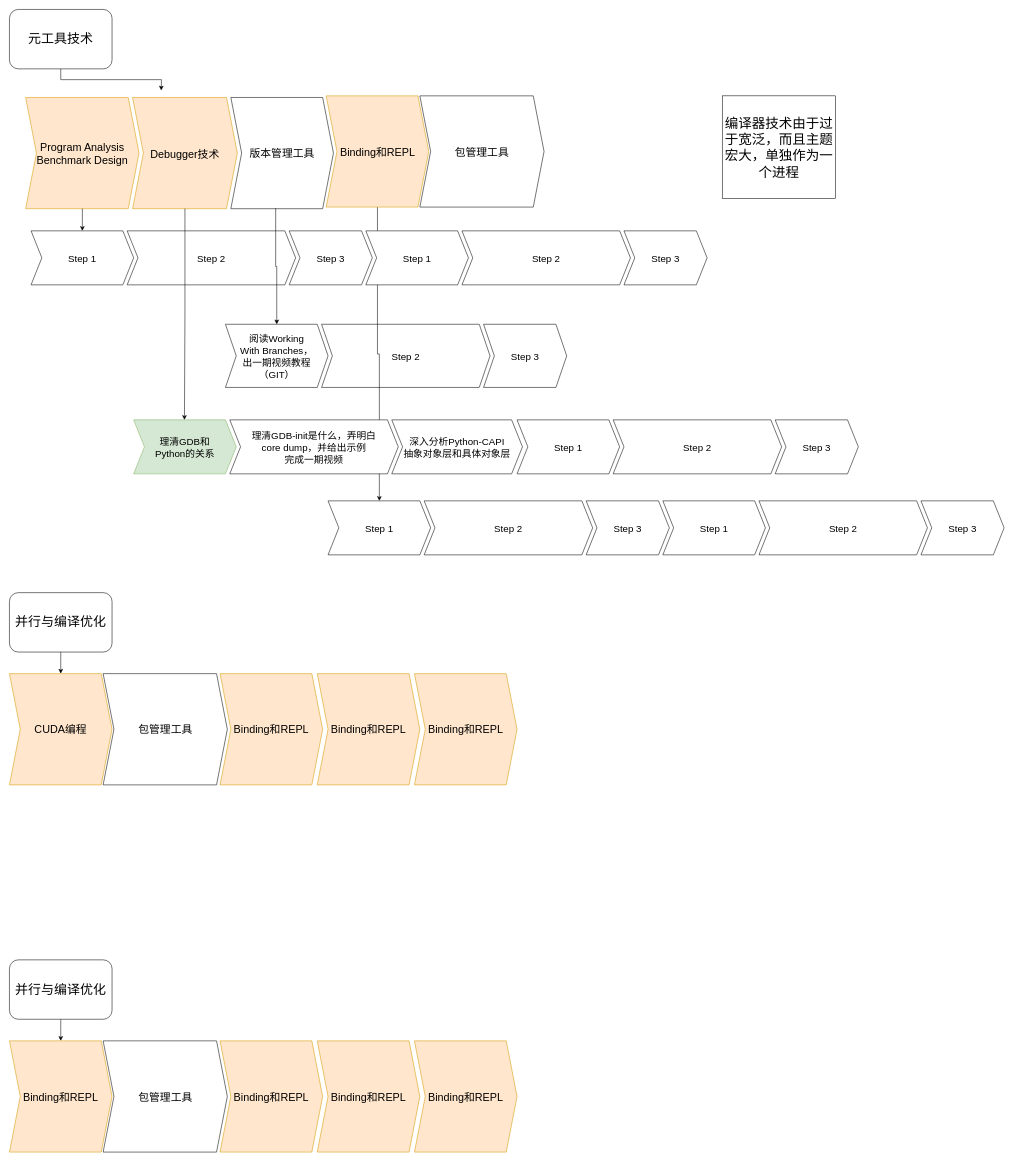
The draw.io diagram page "最近的" (2 of 2) of scheduler.drawio in xiaoniaoyouhuajiang/ClassNotebook, before the edit. Source tidied: cells renumbered, new cells numbered last; positions are measured from the earlier drawing's top-left corner, leaving out a move shared by most shapes. Both pictures are drawn from the tidied source at 54%, with x=0, y=0 at pixel (9, 9).
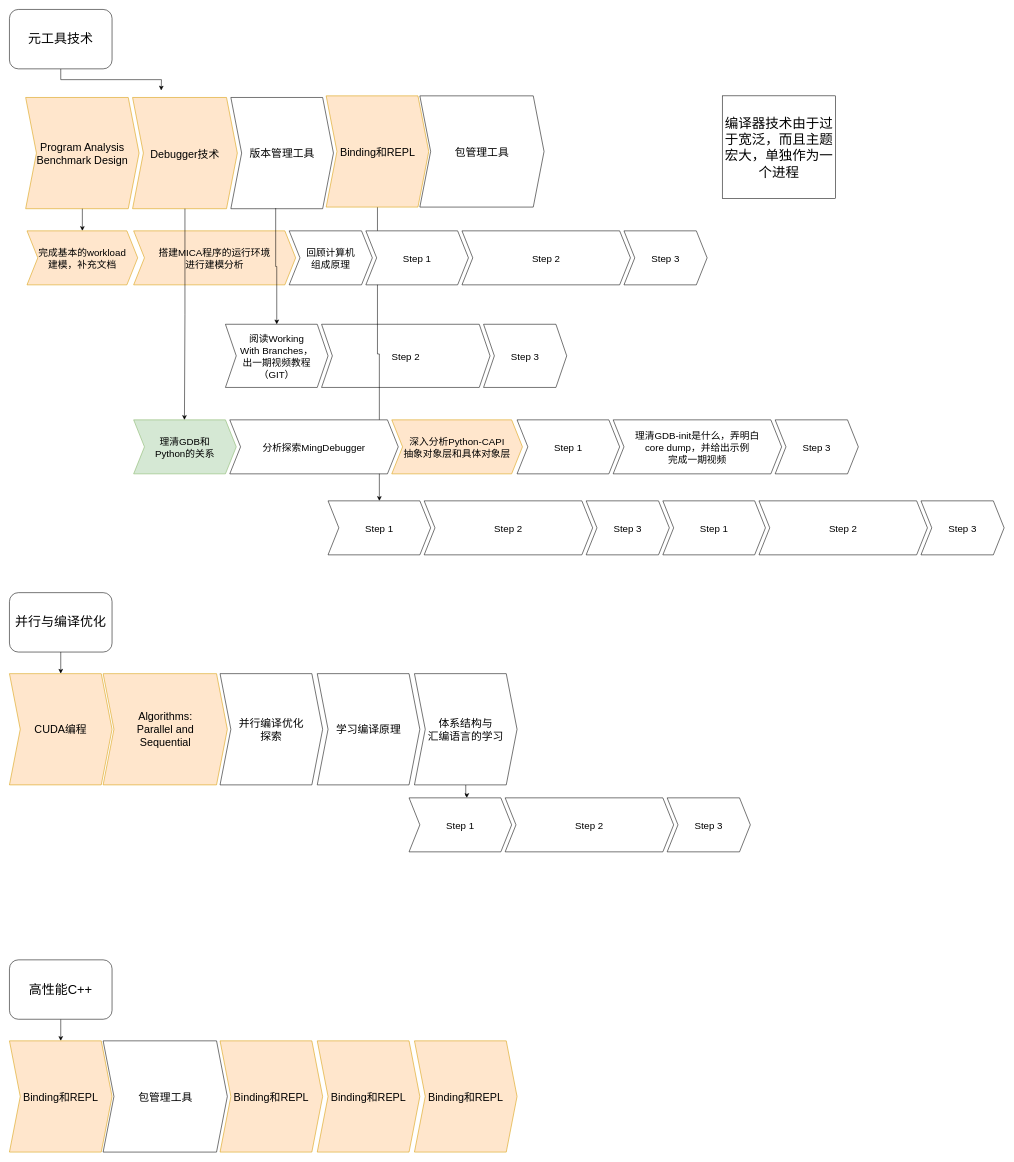
Above is the later version.

The edit, as a diff of the source:
```diff
@@
-    <mxCell id="9" value="Step 1" style="shape=step;perimeter=stepPerimeter;fixedSize=1;points=[];fontSize=18;" parent="1" vertex="1">
-      <mxGeometry x="40" y="410" width="190" height="100" as="geometry" />
+    <mxCell id="9" value="完成基本的workload&#10;建模，补充文档" style="shape=step;perimeter=stepPerimeter;fixedSize=1;points=[];fontSize=18;fillColor=#ffe6cc;strokeColor=#d79b00;" parent="1" vertex="1">
+      <mxGeometry x="32.5" y="410" width="205" height="100" as="geometry" />
     </mxCell>
-    <mxCell id="10" value="Step 2" style="shape=step;perimeter=stepPerimeter;fixedSize=1;fontSize=18;" parent="1" vertex="1">
-      <mxGeometry x="218" y="410" width="312" height="100" as="geometry" />
+    <mxCell id="10" value="搭建MICA程序的运行环境&#10;进行建模分析" style="shape=step;perimeter=stepPerimeter;fixedSize=1;fontSize=18;fillColor=#ffe6cc;strokeColor=#d79b00;" parent="1" vertex="1">
+      <mxGeometry x="230" y="410" width="300" height="100" as="geometry" />
     </mxCell>
-    <mxCell id="11" value="Step 3" style="shape=step;perimeter=stepPerimeter;fixedSize=1;fontSize=18;" parent="1" vertex="1">
+    <mxCell id="11" value="回顾计算机&#10;组成原理" style="shape=step;perimeter=stepPerimeter;fixedSize=1;fontSize=18;" parent="1" vertex="1">
       <mxGeometry x="518" y="410" width="154" height="100" as="geometry" />
     </mxCell>
@@
-    <mxCell id="22" value="理清GDB-init是什么，弄明白&#10;core dump，并给出示例&#10;完成一期视频" style="shape=step;perimeter=stepPerimeter;fixedSize=1;fontSize=18;" parent="1" vertex="1">
+    <mxCell id="22" value="分析探索MingDebugger" style="shape=step;perimeter=stepPerimeter;fixedSize=1;fontSize=18;" parent="1" vertex="1">
       <mxGeometry x="408" y="760" width="312" height="100" as="geometry" />
     </mxCell>
-    <mxCell id="23" value="深入分析Python-CAPI&#10;抽象对象层和具体对象层" style="shape=step;perimeter=stepPerimeter;fixedSize=1;fontSize=18;" parent="1" vertex="1">
+    <mxCell id="23" value="深入分析Python-CAPI&#10;抽象对象层和具体对象层" style="shape=step;perimeter=stepPerimeter;fixedSize=1;fontSize=18;fillColor=#ffe6cc;strokeColor=#d79b00;" parent="1" vertex="1">
       <mxGeometry x="708" y="760" width="242" height="100" as="geometry" />
     </mxCell>
@@
-    <mxCell id="26" value="Step 2" style="shape=step;perimeter=stepPerimeter;fixedSize=1;fontSize=18;" parent="1" vertex="1">
+    <mxCell id="26" value="理清GDB-init是什么，弄明白&#10;core dump，并给出示例&#10;完成一期视频" style="shape=step;perimeter=stepPerimeter;fixedSize=1;fontSize=18;" parent="1" vertex="1">
       <mxGeometry x="1118" y="760" width="312" height="100" as="geometry" />
     </mxCell>
@@
-    <mxCell id="40" value="包管理工具" style="shape=step;perimeter=stepPerimeter;fixedSize=1;whiteSpace=wrap;fontSize=20;" parent="1" vertex="1">
+    <mxCell id="40" value="Algorithms: &#10;Parallel and &#10;Sequential" style="shape=step;perimeter=stepPerimeter;fixedSize=1;whiteSpace=wrap;fontSize=20;fillColor=#ffe6cc;strokeColor=#d79b00;" parent="1" vertex="1">
       <mxGeometry x="173.5" y="1230" width="230" height="206" as="geometry" />
     </mxCell>
-    <mxCell id="41" value="Binding和REPL" style="shape=step;perimeter=stepPerimeter;fixedSize=1;whiteSpace=wrap;fontSize=20;fillColor=#ffe6cc;strokeColor=#d79b00;" parent="1" vertex="1">
+    <mxCell id="41" value="并行编译优化&#10;探索" style="shape=step;perimeter=stepPerimeter;fixedSize=1;whiteSpace=wrap;fontSize=20;" parent="1" vertex="1">
       <mxGeometry x="390" y="1230" width="190" height="206" as="geometry" />
     </mxCell>
-    <mxCell id="42" value="Binding和REPL" style="shape=step;perimeter=stepPerimeter;fixedSize=1;whiteSpace=wrap;fontSize=20;fillColor=#ffe6cc;strokeColor=#d79b00;" parent="1" vertex="1">
+    <mxCell id="42" value="学习编译原理" style="shape=step;perimeter=stepPerimeter;fixedSize=1;whiteSpace=wrap;fontSize=20;" parent="1" vertex="1">
       <mxGeometry x="570" y="1230" width="190" height="206" as="geometry" />
     </mxCell>
+    <mxCell id="51" style="edgeStyle=orthogonalEdgeStyle;rounded=0;jettySize=auto;html=1;entryX=0.563;entryY=0;entryDx=0;entryDy=0;entryPerimeter=0;" parent="1" edge="1" source="43" target="52">
+      <mxGeometry relative="1" as="geometry" />
+    </mxCell>
-    <mxCell id="43" value="Binding和REPL" style="shape=step;perimeter=stepPerimeter;fixedSize=1;points=[];whiteSpace=wrap;fontSize=20;fillColor=#ffe6cc;strokeColor=#d79b00;" parent="1" vertex="1">
+    <mxCell id="43" value="体系结构与&#10;汇编语言的学习" style="shape=step;perimeter=stepPerimeter;fixedSize=1;points=[];whiteSpace=wrap;fontSize=20;" parent="1" vertex="1">
       <mxGeometry x="750" y="1230" width="190" height="206" as="geometry" />
     </mxCell>
@@
-    <mxCell id="45" value="&lt;span style=&quot;font-size: 24px&quot;&gt;并行与编译优化&lt;/span&gt;" style="rounded=1;whiteSpace=wrap;html=1;" parent="1" vertex="1">
+    <mxCell id="45" value="&lt;span style=&quot;font-size: 24px&quot;&gt;高性能C++&lt;/span&gt;" style="rounded=1;whiteSpace=wrap;html=1;" parent="1" vertex="1">
       <mxGeometry y="1760" width="190" height="110" as="geometry" />
     </mxCell>
@@
+    <mxCell id="52" value="Step 1" style="shape=step;perimeter=stepPerimeter;fixedSize=1;points=[];fontSize=18;" parent="1" vertex="1">
+      <mxGeometry x="740" y="1460" width="190" height="100" as="geometry" />
+    </mxCell>
+    <mxCell id="53" value="Step 2" style="shape=step;perimeter=stepPerimeter;fixedSize=1;fontSize=18;" parent="1" vertex="1">
+      <mxGeometry x="918" y="1460" width="312" height="100" as="geometry" />
+    </mxCell>
+    <mxCell id="54" value="Step 3" style="shape=step;perimeter=stepPerimeter;fixedSize=1;fontSize=18;" parent="1" vertex="1">
+      <mxGeometry x="1218" y="1460" width="154" height="100" as="geometry" />
+    </mxCell>
```
